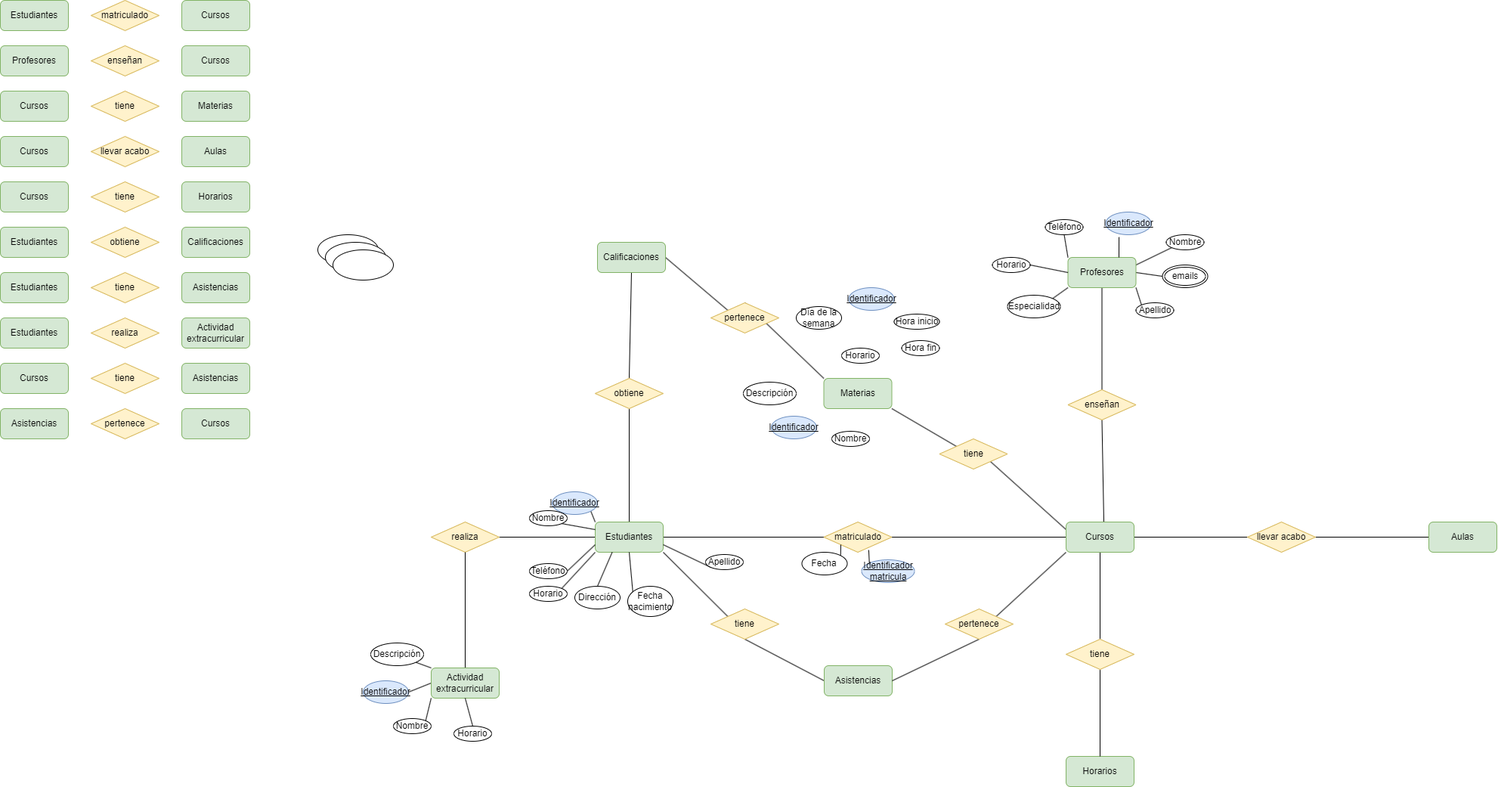
Above: Unidad-1/Tareas/Tareas-evaluables/Tarea-evaluable-1/Ejercicio-evaluable-1.drawio.png in LuisMGlez/base-datos (draw.io), before the change. Source tidied: cells renumbered, new cells last; positions are measured from the earlier drawing's top-left corner, leaving out a move shared by most shapes.
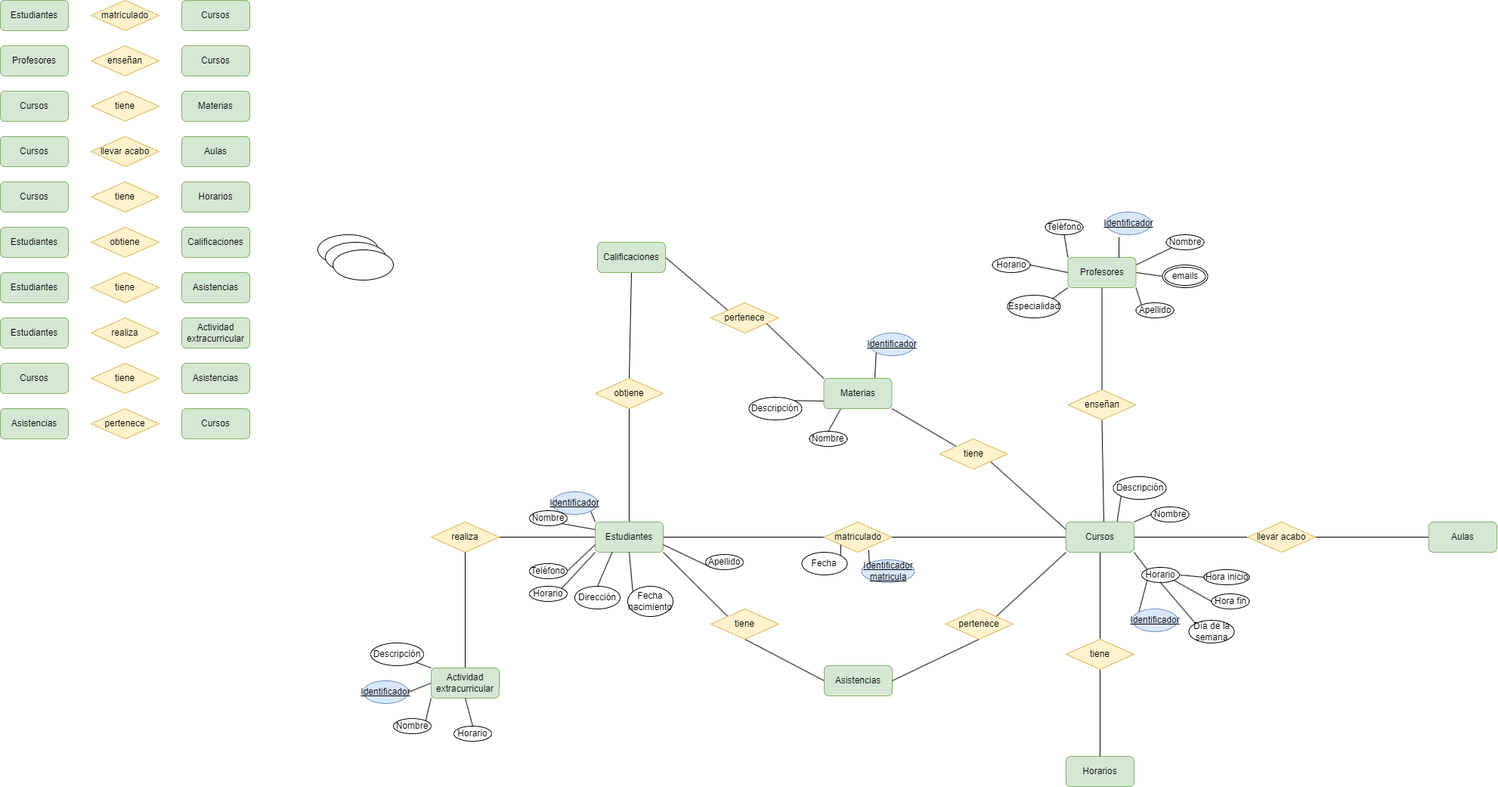
After the change.

Diff of the diagram source:
```diff
@@ -118,6 +118,15 @@
     <mxCell id="39" style="edgeStyle=orthogonalEdgeStyle;rounded=0;jettySize=auto;html=1;exitX=0.5;exitY=1;exitDx=0;exitDy=0;entryX=0.5;entryY=0;entryDx=0;entryDy=0;endArrow=none;endFill=0;" parent="1" edge="1" source="40" target="110">
       <mxGeometry relative="1" as="geometry" />
     </mxCell>
+    <mxCell id="122" style="rounded=0;jettySize=auto;html=1;exitX=0.75;exitY=0;exitDx=0;exitDy=0;entryX=0;entryY=1;entryDx=0;entryDy=0;endArrow=none;endFill=0;" parent="1" edge="1" source="40" target="133">
+      <mxGeometry relative="1" as="geometry" />
+    </mxCell>
+    <mxCell id="123" style="rounded=0;jettySize=auto;html=1;exitX=1;exitY=0;exitDx=0;exitDy=0;entryX=0;entryY=0.5;entryDx=0;entryDy=0;endArrow=none;endFill=0;" parent="1" edge="1" source="40" target="132">
+      <mxGeometry relative="1" as="geometry" />
+    </mxCell>
+    <mxCell id="124" style="rounded=0;jettySize=auto;html=1;exitX=1;exitY=1;exitDx=0;exitDy=0;entryX=0;entryY=0;entryDx=0;entryDy=0;endArrow=none;endFill=0;" parent="1" edge="1" source="40" target="117">
+      <mxGeometry relative="1" as="geometry" />
+    </mxCell>
     <mxCell id="40" value="Cursos" style="rounded=1;whiteSpace=wrap;html=1;fillColor=#d5e8d4;strokeColor=#82b366;" parent="1" vertex="1">
       <mxGeometry x="1410" y="690" width="90" height="40" as="geometry" />
     </mxCell>
@@ -289,6 +298,15 @@
     <mxCell id="96" style="rounded=0;jettySize=auto;html=1;exitX=0.75;exitY=0;exitDx=0;exitDy=0;entryX=0.293;entryY=1.105;entryDx=0;entryDy=0;entryPerimeter=0;endArrow=none;endFill=0;" parent="1" edge="1" source="47" target="91">
       <mxGeometry relative="1" as="geometry" />
     </mxCell>
+    <mxCell id="125" style="rounded=0;jettySize=auto;html=1;exitX=0;exitY=0.75;exitDx=0;exitDy=0;entryX=1;entryY=0;entryDx=0;entryDy=0;endArrow=none;endFill=0;" parent="1" edge="1" source="97" target="116">
+      <mxGeometry relative="1" as="geometry" />
+    </mxCell>
+    <mxCell id="126" style="rounded=0;jettySize=auto;html=1;exitX=0.25;exitY=1;exitDx=0;exitDy=0;entryX=0.5;entryY=0;entryDx=0;entryDy=0;endArrow=none;endFill=0;" parent="1" edge="1" source="97" target="115">
+      <mxGeometry relative="1" as="geometry" />
+    </mxCell>
+    <mxCell id="127" style="rounded=0;jettySize=auto;html=1;exitX=0.75;exitY=0;exitDx=0;exitDy=0;entryX=0;entryY=1;entryDx=0;entryDy=0;endArrow=none;endFill=0;" parent="1" edge="1" source="97" target="114">
+      <mxGeometry relative="1" as="geometry" />
+    </mxCell>
     <mxCell id="97" value="Materias" style="rounded=1;whiteSpace=wrap;html=1;fillColor=#d5e8d4;strokeColor=#82b366;" parent="1" vertex="1">
       <mxGeometry x="1089.5" y="500" width="90" height="40" as="geometry" />
     </mxCell>
@@ -311,10 +329,10 @@
       <mxGeometry x="520" y="950" width="50" height="20" as="geometry" />
     </mxCell>
     <mxCell id="104" value="Hora inicio" style="ellipse;whiteSpace=wrap;html=1;" parent="1" vertex="1">
-      <mxGeometry x="1182.5" y="415" width="60" height="20" as="geometry" />
+      <mxGeometry x="1592.5" y="753" width="60" height="20" as="geometry" />
     </mxCell>
     <mxCell id="105" value="Día de la semana" style="ellipse;whiteSpace=wrap;html=1;" parent="1" vertex="1">
-      <mxGeometry x="1053" y="405" width="60" height="30" as="geometry" />
+      <mxGeometry x="1572.5" y="820" width="60" height="30" as="geometry" />
     </mxCell>
     <mxCell id="106" style="rounded=0;jettySize=auto;html=1;exitX=0.5;exitY=0;exitDx=0;exitDy=0;entryX=0.5;entryY=1;entryDx=0;entryDy=0;endArrow=none;endFill=0;" parent="1" edge="1" source="107" target="69">
       <mxGeometry relative="1" as="geometry" />
@@ -341,19 +359,31 @@
       <mxGeometry x="700" y="775" width="50" height="20" as="geometry" />
     </mxCell>
     <mxCell id="114" value="&lt;u&gt;Identificador&lt;/u&gt;" style="ellipse;whiteSpace=wrap;html=1;fillColor=#dae8fc;strokeColor=#6c8ebf;" parent="1" vertex="1">
-      <mxGeometry x="1020" y="550" width="60" height="30" as="geometry" />
+      <mxGeometry x="1150" y="440" width="60" height="30" as="geometry" />
     </mxCell>
     <mxCell id="115" value="Nombre" style="ellipse;whiteSpace=wrap;html=1;" parent="1" vertex="1">
-      <mxGeometry x="1100" y="570" width="50" height="20" as="geometry" />
+      <mxGeometry x="1070.5" y="570" width="50" height="20" as="geometry" />
     </mxCell>
     <mxCell id="116" value="Descripción" style="ellipse;whiteSpace=wrap;html=1;" parent="1" vertex="1">
-      <mxGeometry x="983" y="505" width="70" height="30" as="geometry" />
+      <mxGeometry x="990.5" y="525" width="70" height="30" as="geometry" />
     </mxCell>
+    <mxCell id="128" style="rounded=0;jettySize=auto;html=1;exitX=0;exitY=1;exitDx=0;exitDy=0;entryX=0;entryY=0;entryDx=0;entryDy=0;endArrow=none;endFill=0;" parent="1" edge="1" source="117" target="118">
+      <mxGeometry relative="1" as="geometry" />
+    </mxCell>
+    <mxCell id="129" style="rounded=0;jettySize=auto;html=1;exitX=0.5;exitY=1;exitDx=0;exitDy=0;entryX=0;entryY=0;entryDx=0;entryDy=0;endArrow=none;endFill=0;" parent="1" edge="1" source="117" target="105">
+      <mxGeometry relative="1" as="geometry" />
+    </mxCell>
+    <mxCell id="130" style="rounded=0;jettySize=auto;html=1;exitX=1;exitY=1;exitDx=0;exitDy=0;entryX=0;entryY=0.5;entryDx=0;entryDy=0;endArrow=none;endFill=0;" parent="1" edge="1" source="117" target="121">
+      <mxGeometry relative="1" as="geometry" />
+    </mxCell>
+    <mxCell id="131" style="rounded=0;jettySize=auto;html=1;exitX=1;exitY=0.5;exitDx=0;exitDy=0;entryX=0;entryY=0.5;entryDx=0;entryDy=0;endArrow=none;endFill=0;" parent="1" edge="1" source="117" target="104">
+      <mxGeometry relative="1" as="geometry" />
+    </mxCell>
     <mxCell id="117" value="Horario" style="ellipse;whiteSpace=wrap;html=1;" parent="1" vertex="1">
-      <mxGeometry x="1113" y="460" width="50" height="20" as="geometry" />
+      <mxGeometry x="1510" y="750" width="50" height="20" as="geometry" />
     </mxCell>
     <mxCell id="118" value="&lt;u&gt;Identificador&lt;/u&gt;" style="ellipse;whiteSpace=wrap;html=1;fillColor=#dae8fc;strokeColor=#6c8ebf;" parent="1" vertex="1">
-      <mxGeometry x="1122.5" y="380" width="60" height="30" as="geometry" />
+      <mxGeometry x="1497.5" y="805" width="60" height="30" as="geometry" />
     </mxCell>
     <mxCell id="119" style="ellipse;whiteSpace=wrap;html=1;" parent="1" vertex="1">
       <mxGeometry x="430" y="320" width="80" height="40" as="geometry" />
@@ -362,7 +392,13 @@
       <mxGeometry x="440" y="330" width="80" height="40" as="geometry" />
     </mxCell>
     <mxCell id="121" value="Hora fin" style="ellipse;whiteSpace=wrap;html=1;" parent="1" vertex="1">
-      <mxGeometry x="1192.5" y="450" width="50" height="20" as="geometry" />
+      <mxGeometry x="1602.5" y="785" width="50" height="20" as="geometry" />
     </mxCell>
+    <mxCell id="132" value="Nombre" style="ellipse;whiteSpace=wrap;html=1;" parent="1" vertex="1">
+      <mxGeometry x="1522.5" y="670" width="50" height="20" as="geometry" />
+    </mxCell>
+    <mxCell id="133" value="Descripción" style="ellipse;whiteSpace=wrap;html=1;" parent="1" vertex="1">
+      <mxGeometry x="1472.5" y="630" width="70" height="30" as="geometry" />
+    </mxCell>
   </root>
 </mxGraphModel>
```
